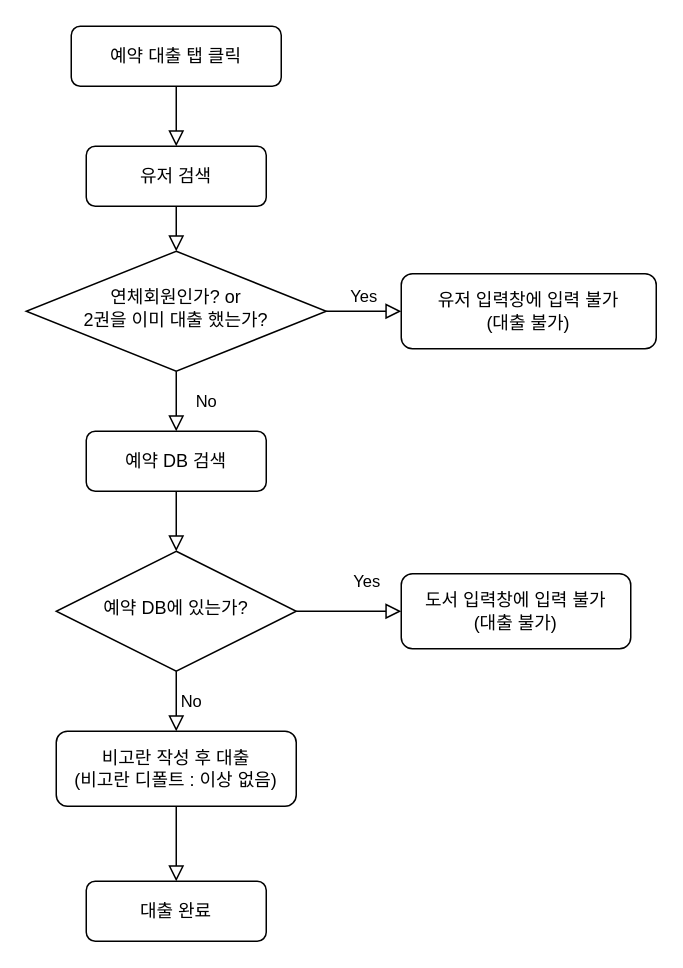
This is Untitled Diagram.drawio from Jiwon-Woo/JavaSeminar, a draw.io file, before an edit. Source tidied: cells renumbered, new cells numbered last; positions are measured from the earlier drawing's top-left corner, leaving out a move shared by most shapes. Both pictures are drawn from the tidied source at 150%, with x=0, y=0 at pixel (26, 26).
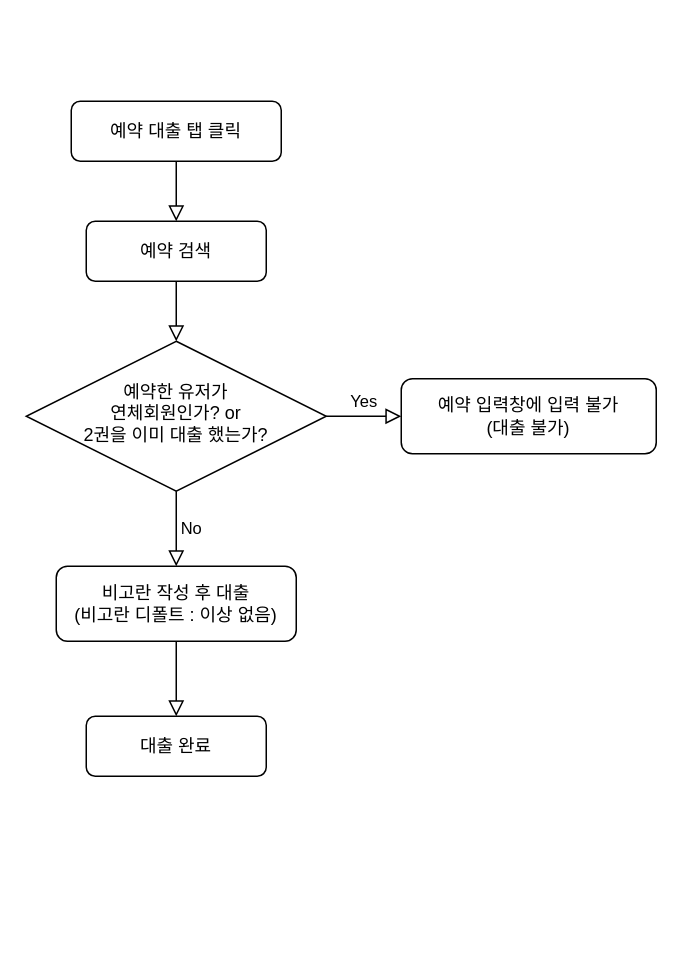
After the change.

The edit, as a diff of the source:
```diff
@@
 <mxGraphModel>
   <root>
     <mxCell id="0" />
     <mxCell id="1" parent="0" />
     <mxCell id="2" style="rounded=0;html=1;jettySize=auto;fontSize=11;endArrow=block;endFill=0;endSize=8;strokeWidth=1;shadow=0;labelBackgroundColor=none;edgeStyle=orthogonalEdgeStyle;entryX=0.5;entryY=0;entryDx=0;entryDy=0;" parent="1" edge="1" source="3" target="15">
       <mxGeometry relative="1" as="geometry" />
     </mxCell>
     <mxCell id="3" value="예약 대출 탭 클릭" style="rounded=1;whiteSpace=wrap;html=1;fontSize=12;glass=0;strokeWidth=1;shadow=0;" parent="1" vertex="1">
-      <mxGeometry x="30" width="140" height="40" as="geometry" />
+      <mxGeometry x="30" y="50" width="140" height="40" as="geometry" />
     </mxCell>
-    <mxCell id="4" value="No" style="rounded=0;html=1;jettySize=auto;fontSize=11;endArrow=block;endFill=0;endSize=8;strokeWidth=1;shadow=0;labelBackgroundColor=none;edgeStyle=orthogonalEdgeStyle;entryX=0.5;entryY=0;entryDx=0;entryDy=0;" parent="1" edge="1" source="6" target="10">
-      <mxGeometry y="20" relative="1" as="geometry" />
-    </mxCell>
     <mxCell id="5" value="Yes" style="edgeStyle=orthogonalEdgeStyle;rounded=0;html=1;jettySize=auto;fontSize=11;endArrow=block;endFill=0;endSize=8;strokeWidth=1;shadow=0;labelBackgroundColor=none;" parent="1" edge="1" source="6" target="7">
       <mxGeometry y="10" relative="1" as="geometry" />
     </mxCell>
-    <mxCell id="6" value="연체회원인가? or&lt;br&gt;2권을 이미 대출 했는가?" style="rhombus;whiteSpace=wrap;html=1;shadow=0;fontFamily=Helvetica;fontSize=12;align=center;strokeWidth=1;spacing=6;spacingTop=-4;" parent="1" vertex="1">
-      <mxGeometry y="150" width="200" height="80" as="geometry" />
+    <mxCell id="6" value="예약한 유저가&lt;br&gt;연체회원인가? or&lt;br&gt;2권을 이미 대출 했는가?" style="rhombus;whiteSpace=wrap;html=1;shadow=0;fontFamily=Helvetica;fontSize=12;align=center;strokeWidth=1;spacing=6;spacingTop=-4;" parent="1" vertex="1">
+      <mxGeometry y="210" width="200" height="100" as="geometry" />
     </mxCell>
-    <mxCell id="7" value="유저 입력창에 입력 불가&lt;br&gt;(대출 불가)" style="rounded=1;whiteSpace=wrap;html=1;fontSize=12;glass=0;strokeWidth=1;shadow=0;" parent="1" vertex="1">
-      <mxGeometry x="250" y="165" width="170" height="50" as="geometry" />
+    <mxCell id="7" value="예약 입력창에 입력 불가&lt;br&gt;(대출 불가)" style="rounded=1;whiteSpace=wrap;html=1;fontSize=12;glass=0;strokeWidth=1;shadow=0;" parent="1" vertex="1">
+      <mxGeometry x="250" y="235" width="170" height="50" as="geometry" />
     </mxCell>
-    <mxCell id="8" style="rounded=0;html=1;jettySize=auto;fontSize=11;endArrow=block;endFill=0;endSize=8;strokeWidth=1;shadow=0;labelBackgroundColor=none;edgeStyle=orthogonalEdgeStyle;entryX=0.5;entryY=0;entryDx=0;entryDy=0;entryPerimeter=0;exitX=0.5;exitY=1;exitDx=0;exitDy=0;" parent="1" edge="1" source="10" target="11">
-      <mxGeometry x="0.33" y="20" relative="1" as="geometry" />
-    </mxCell>
-    <mxCell id="9" value="도서 입력창에 입력 불가&lt;br&gt;(대출 불가)" style="rounded=1;whiteSpace=wrap;html=1;fontSize=12;glass=0;strokeWidth=1;shadow=0;" parent="1" vertex="1">
-      <mxGeometry x="250" y="365" width="153" height="50" as="geometry" />
-    </mxCell>
-    <mxCell id="10" value="예약 DB 검색" style="rounded=1;whiteSpace=wrap;html=1;fontSize=12;glass=0;strokeWidth=1;shadow=0;" parent="1" vertex="1">
-      <mxGeometry x="40" y="270" width="120" height="40" as="geometry" />
-    </mxCell>
-    <mxCell id="11" value="예약 DB에 있는가?" style="rhombus;whiteSpace=wrap;html=1;shadow=0;fontFamily=Helvetica;fontSize=12;align=center;strokeWidth=1;spacing=6;spacingTop=-4;" parent="1" vertex="1">
-      <mxGeometry x="20" y="350" width="160" height="80" as="geometry" />
-    </mxCell>
-    <mxCell id="12" value="Yes" style="rounded=0;html=1;jettySize=auto;fontSize=11;endArrow=block;endFill=0;endSize=8;strokeWidth=1;shadow=0;labelBackgroundColor=none;edgeStyle=orthogonalEdgeStyle;entryX=0;entryY=0.5;entryDx=0;entryDy=0;exitX=1;exitY=0.5;exitDx=0;exitDy=0;" parent="1" edge="1" source="11" target="9">
-      <mxGeometry x="0.33" y="20" relative="1" as="geometry" />
-    </mxCell>
-    <mxCell id="13" value="No" style="edgeStyle=orthogonalEdgeStyle;rounded=0;html=1;jettySize=auto;fontSize=11;endArrow=block;endFill=0;endSize=8;strokeWidth=1;shadow=0;labelBackgroundColor=none;exitX=0.5;exitY=1;exitDx=0;exitDy=0;entryX=0.5;entryY=0;entryDx=0;entryDy=0;" parent="1" edge="1" source="11" target="14">
+    <mxCell id="13" value="No" style="edgeStyle=orthogonalEdgeStyle;rounded=0;html=1;jettySize=auto;fontSize=11;endArrow=block;endFill=0;endSize=8;strokeWidth=1;shadow=0;labelBackgroundColor=none;exitX=0.5;exitY=1;exitDx=0;exitDy=0;entryX=0.5;entryY=0;entryDx=0;entryDy=0;" parent="1" edge="1" source="6" target="14">
       <mxGeometry y="10" relative="1" as="geometry" />
     </mxCell>
     <mxCell id="14" value="비고란 작성 후 대출&lt;br&gt;(비고란 디폴트 : 이상 없음)" style="rounded=1;whiteSpace=wrap;html=1;fontSize=12;glass=0;strokeWidth=1;shadow=0;" parent="1" vertex="1">
-      <mxGeometry x="20" y="470" width="160" height="50" as="geometry" />
+      <mxGeometry x="20" y="360" width="160" height="50" as="geometry" />
     </mxCell>
-    <mxCell id="15" value="유저 검색" style="rounded=1;whiteSpace=wrap;html=1;fontSize=12;glass=0;strokeWidth=1;shadow=0;" parent="1" vertex="1">
-      <mxGeometry x="40" y="80" width="120" height="40" as="geometry" />
+    <mxCell id="15" value="예약 검색" style="rounded=1;whiteSpace=wrap;html=1;fontSize=12;glass=0;strokeWidth=1;shadow=0;" parent="1" vertex="1">
+      <mxGeometry x="40" y="130" width="120" height="40" as="geometry" />
     </mxCell>
     <mxCell id="16" style="rounded=0;html=1;jettySize=auto;fontSize=11;endArrow=block;endFill=0;endSize=8;strokeWidth=1;shadow=0;labelBackgroundColor=none;edgeStyle=orthogonalEdgeStyle;entryX=0.5;entryY=0;entryDx=0;entryDy=0;exitX=0.5;exitY=1;exitDx=0;exitDy=0;" parent="1" edge="1" source="15" target="6">
       <mxGeometry relative="1" as="geometry" />
     </mxCell>
     <mxCell id="17" value="대출 완료" style="rounded=1;whiteSpace=wrap;html=1;" parent="1" vertex="1">
-      <mxGeometry x="40" y="570" width="120" height="40" as="geometry" />
+      <mxGeometry x="40" y="460" width="120" height="40" as="geometry" />
     </mxCell>
     <mxCell id="18" style="edgeStyle=orthogonalEdgeStyle;rounded=0;html=1;jettySize=auto;fontSize=11;endArrow=block;endFill=0;endSize=8;strokeWidth=1;shadow=0;labelBackgroundColor=none;exitX=0.5;exitY=1;exitDx=0;exitDy=0;entryX=0.5;entryY=0;entryDx=0;entryDy=0;" parent="1" edge="1" source="14" target="17">
       <mxGeometry y="10" relative="1" as="geometry" />
     </mxCell>
   </root>
 </mxGraphModel>
```
